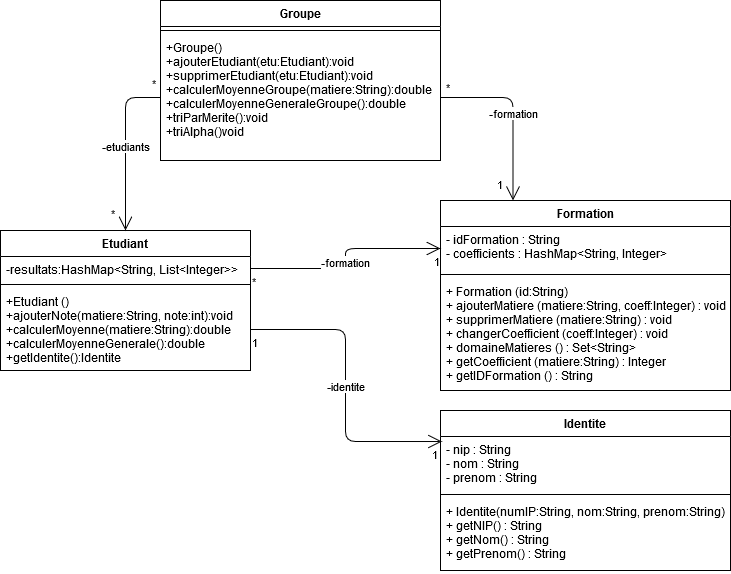
Nimarcs/Exercice3-TravailDeConception-CPOA-WEISS-RICHIER keeps this draw.io diagram as Diagramme de classe.png. Above is the earlier version. Source tidied: cells renumbered, new cells last; positions are measured from the earlier drawing's top-left corner, leaving out a move shared by most shapes.
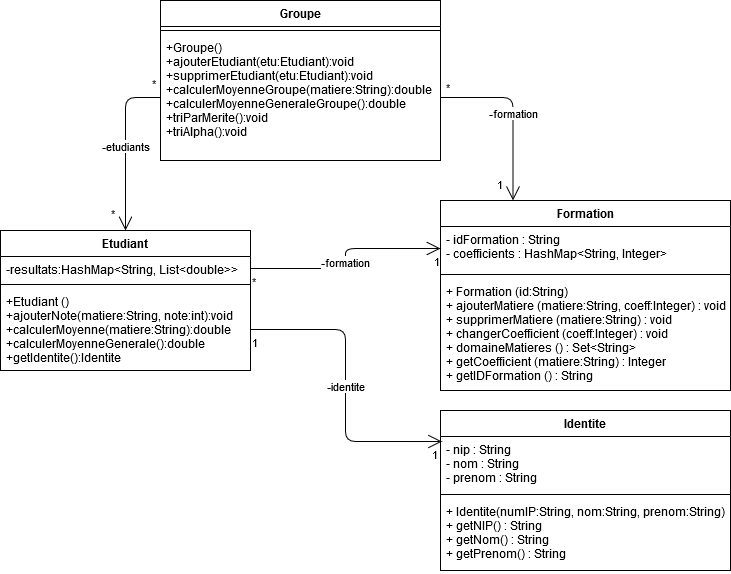
After the commit.

Commit message:
Correction du diagramme de classe

Change to the diagram source:
```diff
@@ -5,7 +5,7 @@
     <mxCell id="2" value="Etudiant" style="swimlane;fontStyle=1;align=center;verticalAlign=top;horizontal=1;startSize=26;" parent="1" vertex="1">
       <mxGeometry y="230" width="250" height="140" as="geometry" />
     </mxCell>
-    <mxCell id="3" value="-resultats:HashMap&lt;String, List&lt;Integer&gt;&gt;&#10;" style="text;strokeColor=none;fillColor=none;align=left;verticalAlign=top;spacingLeft=4;spacingRight=4;overflow=hidden;points=[[0,0.5],[1,0.5]];portConstraint=eastwest;" parent="2" vertex="1">
+    <mxCell id="3" value="-resultats:HashMap&lt;String, List&lt;double&gt;&gt;&#10;" style="text;strokeColor=none;fillColor=none;align=left;verticalAlign=top;spacingLeft=4;spacingRight=4;overflow=hidden;points=[[0,0.5],[1,0.5]];portConstraint=eastwest;" parent="2" vertex="1">
       <mxGeometry y="26" width="250" height="24" as="geometry" />
     </mxCell>
     <mxCell id="4" style="line;strokeWidth=1;fillColor=none;align=left;verticalAlign=middle;spacingTop=-1;spacingLeft=3;spacingRight=3;labelPosition=right;" parent="2" vertex="1">
@@ -64,7 +64,7 @@
     <mxCell id="21" style="line;strokeWidth=1;fillColor=none;align=left;verticalAlign=middle;spacingTop=-1;spacingLeft=3;spacingRight=3;labelPosition=right;" parent="20" vertex="1">
       <mxGeometry y="26" width="280" height="8" as="geometry" />
     </mxCell>
-    <mxCell id="22" value="+Groupe()&#10;+ajouterEtudiant(etu:Etudiant):void&#10;+supprimerEtudiant(etu:Etudiant):void&#10;+calculerMoyenneGroupe(matiere:String):double&#10;+calculerMoyenneGeneraleGroupe():double&#10;+triParMerite():void&#10;+triAlpha()void&#10;" style="text;strokeColor=none;fillColor=none;align=left;verticalAlign=top;spacingLeft=4;spacingRight=4;overflow=hidden;points=[[0,0.5],[1,0.5]];portConstraint=eastwest;" parent="20" vertex="1">
+    <mxCell id="22" value="+Groupe()&#10;+ajouterEtudiant(etu:Etudiant):void&#10;+supprimerEtudiant(etu:Etudiant):void&#10;+calculerMoyenneGroupe(matiere:String):double&#10;+calculerMoyenneGeneraleGroupe():double&#10;+triParMerite():void&#10;+triAlpha():void&#10;" style="text;strokeColor=none;fillColor=none;align=left;verticalAlign=top;spacingLeft=4;spacingRight=4;overflow=hidden;points=[[0,0.5],[1,0.5]];portConstraint=eastwest;" parent="20" vertex="1">
       <mxGeometry y="34" width="280" height="126" as="geometry" />
     </mxCell>
     <mxCell id="23" value="&lt;div&gt;-etudiants&lt;/div&gt;" style="endArrow=open;html=1;endSize=12;startArrow=none;startSize=14;startFill=0;edgeStyle=orthogonalEdgeStyle;entryX=0.5;entryY=0;entryDx=0;entryDy=0;exitX=0;exitY=0.5;exitDx=0;exitDy=0;" parent="1" edge="1" source="22" target="2">
```
